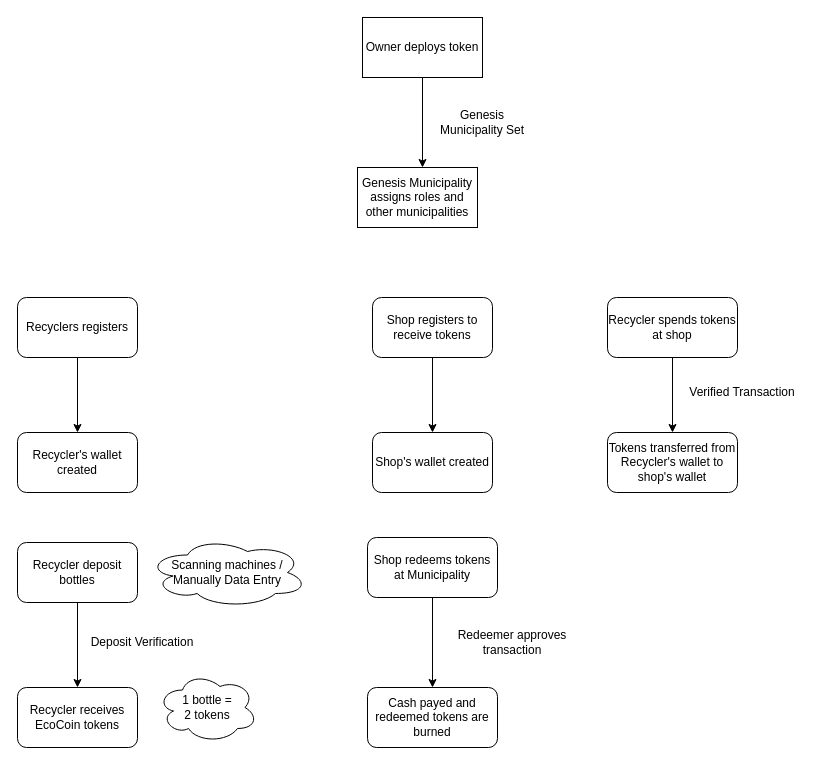
Before: AppDiagram V2.drawio in ChefAharoni/EcoCoin, a draw.io diagram. Source tidied: cells renumbered, new cells numbered last; positions are measured from the earlier drawing's top-left corner, leaving out a move shared by most shapes. Both pictures are drawn from the tidied source at 100%, with x=0, y=0 at pixel (17, 17).
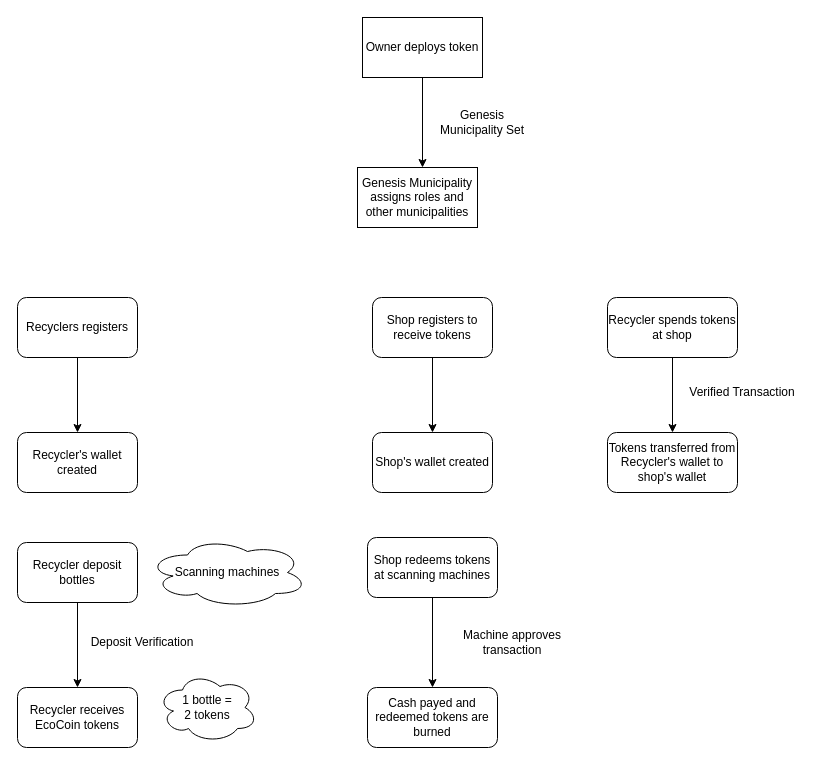
After the change.

Commit message (it also covers changes not shown here):
Updated AppDiagram, removed old one.

Change to the diagram source:
```diff
@@
-    <mxCell id="5" value="Scanning machines / Manually Data Entry" style="ellipse;shape=cloud;whiteSpace=wrap;html=1;" parent="1" vertex="1">
+    <mxCell id="5" value="Scanning machines" style="ellipse;shape=cloud;whiteSpace=wrap;html=1;" parent="1" vertex="1">
       <mxGeometry x="130" y="520" width="160" height="70" as="geometry" />
     </mxCell>
@@
-    <mxCell id="11" value="Shop redeems tokens at Municipality" style="whiteSpace=wrap;html=1;rounded=1;" parent="1" vertex="1">
+    <mxCell id="11" value="Shop redeems tokens at scanning machines" style="whiteSpace=wrap;html=1;rounded=1;" parent="1" vertex="1">
       <mxGeometry x="350" y="520" width="130" height="60" as="geometry" />
     </mxCell>
@@
-    <mxCell id="20" value="Redeemer approves transaction" style="text;html=1;strokeColor=none;fillColor=none;align=center;verticalAlign=middle;whiteSpace=wrap;rounded=0;" parent="1" vertex="1">
+    <mxCell id="20" value="Machine approves transaction" style="text;html=1;strokeColor=none;fillColor=none;align=center;verticalAlign=middle;whiteSpace=wrap;rounded=0;" parent="1" vertex="1">
       <mxGeometry x="425" y="610" width="140" height="30" as="geometry" />
     </mxCell>
```
